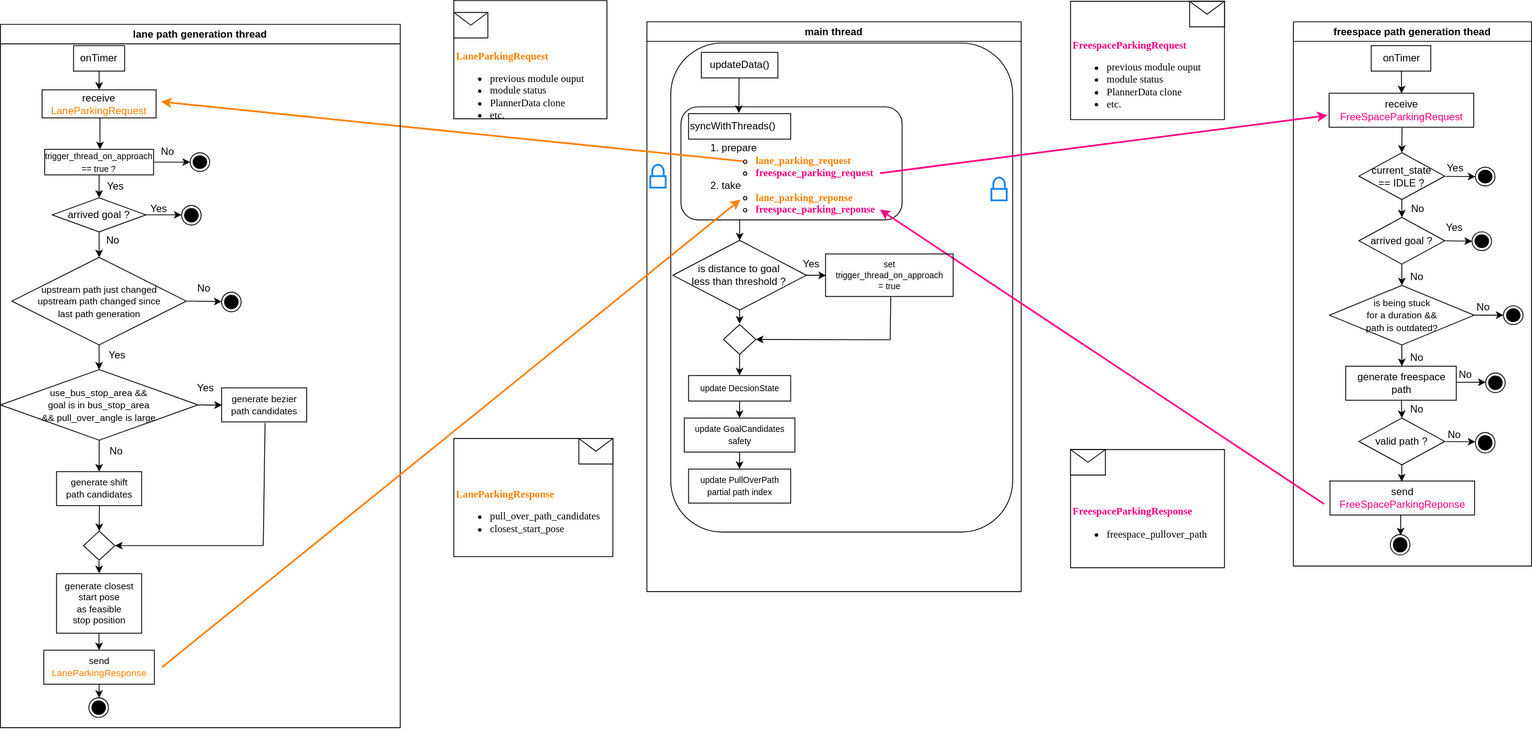
The draw.io diagram pr-10084/planning/behavior_path_planner/autoware_behavior_path_goal_planner_module/images/goal_planner-threads.drawio.svg in autowarefoundation/autoware.universe, before a commit. Source tidied: cells renumbered, new cells last; positions are measured from the earlier drawing's top-left corner, leaving out a move shared by most shapes.
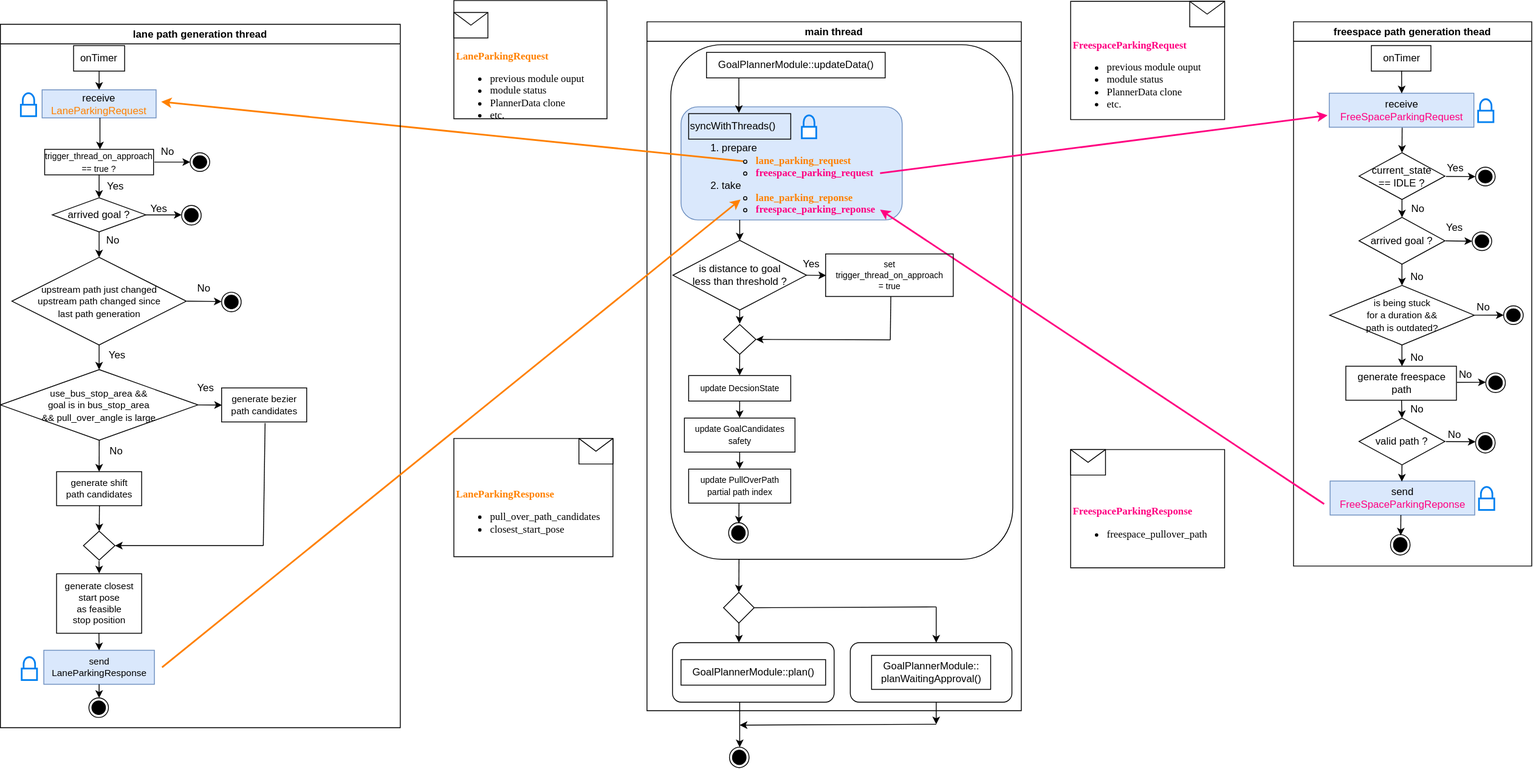
The same diagram one commit later.

Diff of the diagram source:
```diff
@@ -3,19 +3,22 @@
     <mxCell id="0" />
     <mxCell id="1" parent="0" />
     <mxCell id="2" style="rounded=1;whiteSpace=wrap;html=1;fontColor=#FF0080;" parent="1" vertex="1">
-      <mxGeometry x="788" y="50" width="402" height="575" as="geometry" />
+      <mxGeometry x="788" y="52" width="402" height="605" as="geometry" />
     </mxCell>
-    <mxCell id="3" style="rounded=1;whiteSpace=wrap;html=1;" parent="1" vertex="1">
+    <mxCell id="3" style="rounded=1;whiteSpace=wrap;html=1;fillColor=#dae8fc;strokeColor=#6c8ebf;" parent="1" vertex="1">
       <mxGeometry x="800" y="125" width="260" height="133" as="geometry" />
     </mxCell>
     <mxCell id="4" style="verticalLabelPosition=bottom;verticalAlign=top;html=1;shape=mxgraph.basic.rect;fillColor2=none;strokeWidth=1;size=20;indent=5;" parent="1" vertex="1">
       <mxGeometry x="533" width="180" height="139" as="geometry" />
     </mxCell>
     <mxCell id="5" value="main&amp;nbsp;thread" style="swimlane;whiteSpace=wrap;html=1;" parent="1" vertex="1">
-      <mxGeometry x="760" y="25" width="440" height="670" as="geometry" />
+      <mxGeometry x="760" y="25" width="440" height="810" as="geometry" />
     </mxCell>
+    <mxCell id="129" style="rounded=1;whiteSpace=wrap;html=1;fillColor=none;" parent="5" vertex="1">
+      <mxGeometry x="30" y="730" width="190" height="70" as="geometry" />
+    </mxCell>
-    <mxCell id="6" value="updateData()" style="text;html=1;align=center;verticalAlign=middle;points=[];strokeColor=default;fillColor=none;" parent="5" vertex="1">
-      <mxGeometry x="64" y="36" width="90" height="30" as="geometry" />
+    <mxCell id="6" value="GoalPlannerModule::updateData()" style="text;html=1;align=center;verticalAlign=middle;points=[];strokeColor=default;fillColor=none;" parent="5" vertex="1">
+      <mxGeometry x="70" y="36" width="210" height="30" as="geometry" />
     </mxCell>
     <mxCell id="7" style="endArrow=classic;html=1;rounded=0;strokeColor=#FF8000;strokeWidth=2;" parent="5" edge="1">
       <mxGeometry relative="1" as="geometry">
@@ -23,6 +26,21 @@
         <mxPoint x="-571" y="94" as="targetPoint" />
       </mxGeometry>
     </mxCell>
+    <mxCell id="130" value="GoalPlannerModule::plan()" style="text;html=1;align=center;verticalAlign=middle;strokeColor=default;fillColor=none;" parent="5" vertex="1">
+      <mxGeometry x="40" y="750" width="170" height="30" as="geometry" />
+    </mxCell>
+    <mxCell id="131" style="rounded=1;whiteSpace=wrap;html=1;fillColor=none;" parent="5" vertex="1">
+      <mxGeometry x="239" y="730" width="190" height="70" as="geometry" />
+    </mxCell>
+    <mxCell id="132" value="GoalPlannerModule::&lt;br&gt;planWaitingApproval()" style="text;html=1;align=center;verticalAlign=middle;strokeColor=default;fillColor=none;" parent="5" vertex="1">
+      <mxGeometry x="264" y="745" width="140" height="40" as="geometry" />
+    </mxCell>
+    <mxCell id="133" style="rhombus;whiteSpace=wrap;html=1;fillColor=none;" parent="5" vertex="1">
+      <mxGeometry x="90" y="671" width="36" height="36" as="geometry" />
+    </mxCell>
+    <mxCell id="134" style="endArrow=classic;html=1;rounded=0;exitX=0.502;exitY=0.982;exitDx=0;exitDy=0;exitPerimeter=0;entryX=0.411;entryY=-0.001;entryDx=0;entryDy=0;entryPerimeter=0;" parent="5" edge="1" source="133" target="129">
+      <mxGeometry relative="1" as="geometry" />
+    </mxCell>
     <mxCell id="8" value="lane path generation thread" style="swimlane;whiteSpace=wrap;html=1;" parent="1" vertex="1">
       <mxGeometry y="28" width="470" height="827" as="geometry" />
     </mxCell>
@@ -45,7 +63,7 @@
         <mxPoint x="116" y="244" as="sourcePoint" />
       </mxGeometry>
     </mxCell>
-    <mxCell id="14" value="&lt;font face=&quot;Helvetica&quot;&gt;receive&lt;br&gt;&lt;font color=&quot;#ff8000&quot;&gt;LaneParkingRequest&lt;/font&gt;&lt;/font&gt;" style="text;html=1;strokeColor=default;fillColor=none;align=center;verticalAlign=middle;whiteSpace=wrap;rounded=0;fontFamily=Times New Roman;" parent="8" vertex="1">
+    <mxCell id="14" value="&lt;font face=&quot;Helvetica&quot;&gt;receive&lt;br&gt;&lt;font color=&quot;#ff8000&quot;&gt;LaneParkingRequest&lt;/font&gt;&lt;/font&gt;" style="text;html=1;strokeColor=#6c8ebf;fillColor=#dae8fc;align=center;verticalAlign=middle;whiteSpace=wrap;rounded=0;fontFamily=Times New Roman;" parent="8" vertex="1">
       <mxGeometry x="49" y="77" width="134" height="33" as="geometry" />
     </mxCell>
     <mxCell id="15" style="endArrow=classic;html=1;rounded=0;fontFamily=Helvetica;exitX=0.5;exitY=1;exitDx=0;exitDy=0;entryX=0.5;entryY=0;entryDx=0;entryDy=0;" parent="8" edge="1" source="31" target="10">
@@ -84,7 +102,7 @@
     <mxCell id="24" style="endArrow=classic;html=1;rounded=0;fontFamily=Helvetica;fontColor=#FF8000;exitX=0.494;exitY=1.027;exitDx=0;exitDy=0;exitPerimeter=0;entryX=0.501;entryY=-0.006;entryDx=0;entryDy=0;entryPerimeter=0;" parent="8" edge="1" source="21" target="23">
       <mxGeometry relative="1" as="geometry" />
     </mxCell>
-    <mxCell id="25" value="&lt;font color=&quot;#000000&quot;&gt;send&lt;/font&gt;&lt;br&gt;LaneParkingResponse" style="text;html=1;align=center;verticalAlign=middle;strokeColor=default;fillColor=none;fontSize=11;fontFamily=Helvetica;fontColor=#FF8000;" parent="8" vertex="1">
+    <mxCell id="25" value="&lt;font color=&quot;#000000&quot;&gt;send&lt;/font&gt;&lt;br&gt;LaneParkingResponse" style="text;html=1;align=center;verticalAlign=middle;strokeColor=#6c8ebf;fillColor=#dae8fc;fontSize=11;fontFamily=Helvetica;" parent="8" vertex="1">
       <mxGeometry x="51" y="736" width="130" height="40" as="geometry" />
     </mxCell>
     <mxCell id="26" style="ellipse;whiteSpace=wrap;html=1;rounded=0;strokeColor=default;fontFamily=Helvetica;fontSize=11;fontColor=#FF8000;" parent="8" vertex="1">
@@ -129,10 +147,10 @@
     <mxCell id="39" value="&lt;font style=&quot;font-size: 12px;&quot; color=&quot;#000000&quot;&gt;generate freespace&lt;br&gt;path&lt;/font&gt;" style="text;html=1;align=center;verticalAlign=middle;strokeColor=default;fillColor=none;fontSize=10;fontFamily=Helvetica;fontColor=#FF8000;" parent="32" vertex="1">
       <mxGeometry x="61.5" y="405" width="130" height="40" as="geometry" />
     </mxCell>
-    <mxCell id="40" value="&lt;span style=&quot;font-size: 12px;&quot;&gt;&lt;font color=&quot;#000000&quot;&gt;send&lt;/font&gt;&lt;br&gt;&lt;font color=&quot;#ff0080&quot;&gt;FreeSpaceParkingReponse&lt;/font&gt;&lt;br&gt;&lt;/span&gt;" style="text;html=1;align=center;verticalAlign=middle;points=[];strokeColor=default;fillColor=none;fontSize=10;fontFamily=Helvetica;fontColor=#FF8000;" parent="32" vertex="1">
+    <mxCell id="40" value="&lt;span style=&quot;font-size: 12px;&quot;&gt;&lt;font color=&quot;#000000&quot;&gt;send&lt;/font&gt;&lt;br&gt;&lt;font color=&quot;#ff0080&quot;&gt;FreeSpaceParkingReponse&lt;/font&gt;&lt;br&gt;&lt;/span&gt;" style="text;html=1;align=center;verticalAlign=middle;points=[];strokeColor=#6c8ebf;fillColor=#dae8fc;fontSize=10;fontFamily=Helvetica;" parent="32" vertex="1">
       <mxGeometry x="43" y="540" width="170" height="40" as="geometry" />
     </mxCell>
-    <mxCell id="41" style="endArrow=classic;html=1;rounded=0;exitX=0.493;exitY=0.997;exitDx=0;exitDy=0;exitPerimeter=0;entryX=0.492;entryY=-0.028;entryDx=0;entryDy=0;entryPerimeter=0;" parent="1" edge="1" source="6" target="42">
+    <mxCell id="41" style="endArrow=classic;html=1;rounded=0;exitX=0.181;exitY=1.016;exitDx=0;exitDy=0;exitPerimeter=0;entryX=0.492;entryY=-0.028;entryDx=0;entryDy=0;entryPerimeter=0;" parent="1" edge="1" source="6" target="42">
       <mxGeometry relative="1" as="geometry" />
     </mxCell>
     <mxCell id="42" value="syncWithThreads()" style="text;html=1;align=left;verticalAlign=middle;points=[];strokeColor=default;fillColor=none;" parent="1" vertex="1">
@@ -150,11 +168,8 @@
         <mxPoint x="1560" y="135" as="targetPoint" />
       </mxGeometry>
     </mxCell>
-    <mxCell id="46" style="html=1;verticalLabelPosition=bottom;align=center;labelBackgroundColor=#ffffff;verticalAlign=top;strokeWidth=2;strokeColor=#0080F0;shadow=0;dashed=0;shape=mxgraph.ios7.icons.locked;" parent="1" vertex="1">
-      <mxGeometry x="764" y="193" width="18" height="27" as="geometry" />
-    </mxCell>
     <mxCell id="47" style="html=1;verticalLabelPosition=bottom;align=center;labelBackgroundColor=#ffffff;verticalAlign=top;strokeWidth=2;strokeColor=#0080F0;shadow=0;dashed=0;shape=mxgraph.ios7.icons.locked;" parent="1" vertex="1">
-      <mxGeometry x="1165" y="208" width="18" height="27" as="geometry" />
+      <mxGeometry x="1737" y="116" width="18" height="27" as="geometry" />
     </mxCell>
     <mxCell id="48" style="verticalLabelPosition=bottom;verticalAlign=top;html=1;shape=mxgraph.basic.rect;fillColor2=none;strokeWidth=1;size=20;indent=5;" parent="1" vertex="1">
       <mxGeometry x="1258" y="1" width="181" height="139" as="geometry" />
@@ -283,7 +298,7 @@
     <mxCell id="83" style="endArrow=classic;html=1;rounded=0;fontFamily=Helvetica;fontSize=12;fontColor=#000000;exitX=1.012;exitY=0.506;exitDx=0;exitDy=0;exitPerimeter=0;entryX=0;entryY=0.5;entryDx=0;entryDy=0;" parent="1" edge="1" source="34" target="80">
       <mxGeometry relative="1" as="geometry" />
     </mxCell>
-    <mxCell id="84" value="&lt;span style=&quot;font-size: 12px;&quot;&gt;&lt;font color=&quot;#000000&quot;&gt;receive&lt;/font&gt;&lt;br&gt;&lt;font color=&quot;#ff0080&quot;&gt;FreeSpaceParkingRequest&lt;/font&gt;&lt;br&gt;&lt;/span&gt;" style="text;html=1;align=center;verticalAlign=middle;points=[];strokeColor=default;fillColor=none;fontSize=10;fontFamily=Helvetica;fontColor=#FF8000;" parent="1" vertex="1">
+    <mxCell id="84" value="&lt;span style=&quot;font-size: 12px;&quot;&gt;&lt;font color=&quot;#000000&quot;&gt;receive&lt;/font&gt;&lt;br&gt;&lt;font color=&quot;#ff0080&quot;&gt;FreeSpaceParkingRequest&lt;/font&gt;&lt;br&gt;&lt;/span&gt;" style="text;html=1;align=center;verticalAlign=middle;points=[];strokeColor=#6c8ebf;fillColor=#dae8fc;fontSize=10;fontFamily=Helvetica;" parent="1" vertex="1">
       <mxGeometry x="1562" y="109" width="170" height="40" as="geometry" />
     </mxCell>
     <mxCell id="85" style="endArrow=classic;html=1;rounded=0;fontFamily=Helvetica;fontSize=12;fontColor=#000000;entryX=0.5;entryY=0;entryDx=0;entryDy=0;exitX=0.504;exitY=1.016;exitDx=0;exitDy=0;exitPerimeter=0;" parent="1" edge="1" source="84" target="34">
@@ -448,5 +463,70 @@
         <mxPoint x="869" y="531" as="sourcePoint" />
       </mxGeometry>
     </mxCell>
+    <mxCell id="135" style="html=1;verticalLabelPosition=bottom;align=center;labelBackgroundColor=#ffffff;verticalAlign=top;strokeWidth=2;strokeColor=#0080F0;shadow=0;dashed=0;shape=mxgraph.ios7.icons.locked;" parent="1" vertex="1">
+      <mxGeometry x="1738" y="572" width="18" height="27" as="geometry" />
+    </mxCell>
+    <mxCell id="136" style="html=1;verticalLabelPosition=bottom;align=center;labelBackgroundColor=#ffffff;verticalAlign=top;strokeWidth=2;strokeColor=#0080F0;shadow=0;dashed=0;shape=mxgraph.ios7.icons.locked;" parent="1" vertex="1">
+      <mxGeometry x="942" y="135" width="17" height="27" as="geometry" />
+    </mxCell>
+    <mxCell id="137" style="html=1;verticalLabelPosition=bottom;align=center;labelBackgroundColor=#ffffff;verticalAlign=top;strokeWidth=2;strokeColor=#0080F0;shadow=0;dashed=0;shape=mxgraph.ios7.icons.locked;" parent="1" vertex="1">
+      <mxGeometry x="24" y="109" width="18" height="27" as="geometry" />
+    </mxCell>
+    <mxCell id="138" style="html=1;verticalLabelPosition=bottom;align=center;labelBackgroundColor=#ffffff;verticalAlign=top;strokeWidth=2;strokeColor=#0080F0;shadow=0;dashed=0;shape=mxgraph.ios7.icons.locked;" parent="1" vertex="1">
+      <mxGeometry x="25" y="772" width="18" height="27" as="geometry" />
+    </mxCell>
+    <mxCell id="139" style="ellipse;whiteSpace=wrap;html=1;rounded=0;strokeColor=default;fontFamily=Helvetica;fontSize=11;fontColor=#FF8000;" parent="1" vertex="1">
+      <mxGeometry x="856" y="614" width="23" height="24" as="geometry" />
+    </mxCell>
+    <mxCell id="140" style="ellipse;whiteSpace=wrap;html=1;rounded=0;strokeColor=default;fontFamily=Helvetica;fontSize=11;fontColor=#FF8000;fillColor=#000000;" parent="1" vertex="1">
+      <mxGeometry x="859.5" y="617.5" width="16" height="17" as="geometry" />
+    </mxCell>
+    <mxCell id="141" style="endArrow=classic;html=1;rounded=0;fontFamily=Helvetica;fontSize=12;fontColor=#FF0080;exitX=0.5;exitY=1;exitDx=0;exitDy=0;" parent="1" edge="1">
+      <mxGeometry relative="1" as="geometry">
+        <mxPoint x="868.2" y="591" as="sourcePoint" />
+        <mxPoint x="868" y="615" as="targetPoint" />
+      </mxGeometry>
+    </mxCell>
+    <mxCell id="142" style="endArrow=classic;html=1;rounded=0;fontFamily=Helvetica;fontSize=12;fontColor=#FF0080;exitX=0.5;exitY=1;exitDx=0;exitDy=0;" parent="1" edge="1">
+      <mxGeometry relative="1" as="geometry">
+        <mxPoint x="868.2" y="657" as="sourcePoint" />
+        <mxPoint x="868" y="696" as="targetPoint" />
+      </mxGeometry>
+    </mxCell>
+    <mxCell id="143" style="endArrow=none;html=1;rounded=0;exitX=1;exitY=0.5;exitDx=0;exitDy=0;" parent="1" edge="1" source="133">
+      <mxGeometry relative="1" as="geometry">
+        <mxPoint x="1100" y="713" as="targetPoint" />
+      </mxGeometry>
+    </mxCell>
+    <mxCell id="144" style="endArrow=classic;html=1;rounded=0;" parent="1" edge="1">
+      <mxGeometry relative="1" as="geometry">
+        <mxPoint x="1100" y="713" as="sourcePoint" />
+        <mxPoint x="1100" y="755" as="targetPoint" />
+      </mxGeometry>
+    </mxCell>
+    <mxCell id="145" style="ellipse;whiteSpace=wrap;html=1;rounded=0;strokeColor=default;fontFamily=Helvetica;fontSize=11;fontColor=#FF8000;" parent="1" vertex="1">
+      <mxGeometry x="857" y="878" width="23" height="24" as="geometry" />
+    </mxCell>
+    <mxCell id="146" style="ellipse;whiteSpace=wrap;html=1;rounded=0;strokeColor=default;fontFamily=Helvetica;fontSize=11;fontColor=#FF8000;fillColor=#000000;" parent="1" vertex="1">
+      <mxGeometry x="860.5" y="881.5" width="16" height="17" as="geometry" />
+    </mxCell>
+    <mxCell id="147" style="endArrow=classic;html=1;rounded=0;fontFamily=Helvetica;fontSize=12;fontColor=#FF0080;" parent="1" edge="1">
+      <mxGeometry relative="1" as="geometry">
+        <mxPoint x="869" y="825" as="sourcePoint" />
+        <mxPoint x="869" y="878" as="targetPoint" />
+      </mxGeometry>
+    </mxCell>
+    <mxCell id="148" style="endArrow=none;html=1;rounded=0;exitX=1;exitY=0.5;exitDx=0;exitDy=0;startArrow=classic;startFill=1;" parent="1" edge="1">
+      <mxGeometry relative="1" as="geometry">
+        <mxPoint x="869" y="852" as="sourcePoint" />
+        <mxPoint x="1100" y="851" as="targetPoint" />
+      </mxGeometry>
+    </mxCell>
+    <mxCell id="149" style="endArrow=classic;html=1;rounded=0;fontFamily=Helvetica;fontSize=12;fontColor=#FF0080;" parent="1" edge="1">
+      <mxGeometry relative="1" as="geometry">
+        <mxPoint x="1100" y="825" as="sourcePoint" />
+        <mxPoint x="1100" y="851" as="targetPoint" />
+      </mxGeometry>
+    </mxCell>
   </root>
 </mxGraphModel>
```
